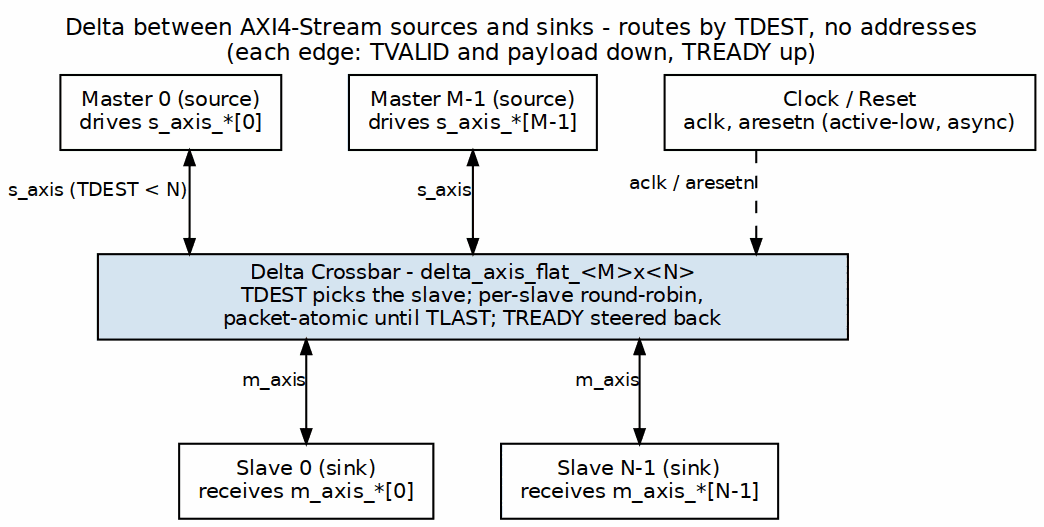
Before: projects/components/fabric-gen-ip/delta/docs/delta_has/assets/graphviz/delta_system_context.png, a diagram exported from Graphviz (sean-galloway/RTLDesignSherpa). Its source is kept beside it as projects/components/fabric-gen-ip/delta/docs/delta_has/assets/graphviz/delta_system_context.dot. The source it was exported from:
```dot
digraph delta_system_context {
    graph [rankdir=TB, bgcolor="white", fontname="Helvetica", fontsize=11,
           nodesep="0.45", ranksep="0.70", splines=ortho, labelloc=t,
           label="Delta between AXI4-Stream sources and sinks - routes by TDEST, no addresses\n(each edge: TVALID and payload down, TREADY up)"];
    node  [fontname="Helvetica", fontsize=10, shape=box, style=filled,
           fillcolor="#D6E4F0", color="black", margin="0.12,0.06"];
    edge  [fontname="Helvetica", fontsize=9, color="black", arrowsize=0.7, dir=both];

    m0  [label="Master 0 (source)\ndrives s_axis_*[0]", fillcolor="white"];
    mn  [label="Master M-1 (source)\ndrives s_axis_*[M-1]", fillcolor="white"];
    clk [label="Clock / Reset\naclk, aresetn (active-low, async)", fillcolor="white"];
    { rank=same; m0; mn; clk; }
    m0 -> mn -> clk [style=invis, dir=none];

    d [label="Delta Crossbar - delta_axis_flat_<M>x<N>\nTDEST picks the slave; per-slave round-robin,\npacket-atomic until TLAST; TREADY steered back", width=5];

    s0 [label="Slave 0 (sink)\nreceives m_axis_*[0]", fillcolor="white"];
    sn [label="Slave N-1 (sink)\nreceives m_axis_*[N-1]", fillcolor="white"];
    { rank=same; s0; sn; }
    s0 -> sn [style=invis, dir=none];

    m0 -> d [xlabel="s_axis (TDEST < N)"];
    mn -> d [xlabel="s_axis"];
    clk -> d [style=dashed, dir=forward, xlabel="aclk / aresetn"];
    d -> s0 [xlabel="m_axis"];
    d -> sn [xlabel="m_axis"];
}
```
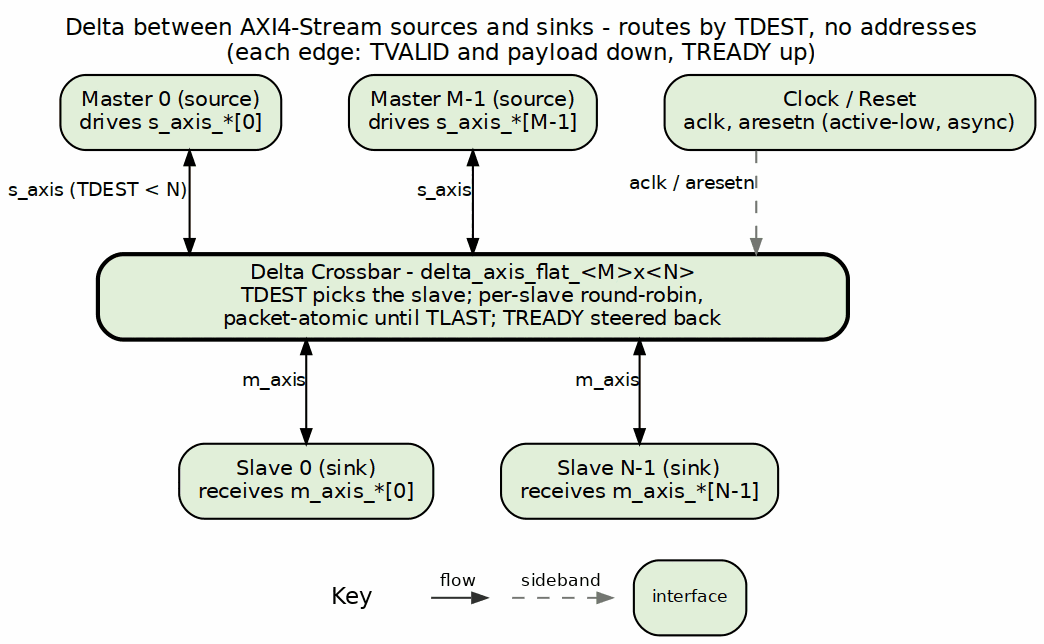
The same file after the commit.

The edit, as a diff of the source:
```diff
@@ -3,25 +3,25 @@
            nodesep="0.45", ranksep="0.70", splines=ortho, labelloc=t,
            label="Delta between AXI4-Stream sources and sinks - routes by TDEST, no addresses\n(each edge: TVALID and payload down, TREADY up)"];
     node  [fontname="Helvetica", fontsize=10, shape=box, style=filled,
-           fillcolor="#D6E4F0", color="black", margin="0.12,0.06"];
+           fillcolor="white", color="black", margin="0.12,0.06"];
     edge  [fontname="Helvetica", fontsize=9, color="black", arrowsize=0.7, dir=both];
 
-    m0  [label="Master 0 (source)\ndrives s_axis_*[0]", fillcolor="white"];
-    mn  [label="Master M-1 (source)\ndrives s_axis_*[M-1]", fillcolor="white"];
-    clk [label="Clock / Reset\naclk, aresetn (active-low, async)", fillcolor="white"];
+    m0  [label="Master 0 (source)\ndrives s_axis_*[0]", fillcolor="white", style="rounded,filled", fillcolor="#E2EFDA"];
+    mn  [label="Master M-1 (source)\ndrives s_axis_*[M-1]", fillcolor="white", style="rounded,filled", fillcolor="#E2EFDA"];
+    clk [label="Clock / Reset\naclk, aresetn (active-low, async)", fillcolor="white", style="rounded,filled", fillcolor="#E2EFDA"];
     { rank=same; m0; mn; clk; }
     m0 -> mn -> clk [style=invis, dir=none];
 
-    d [label="Delta Crossbar - delta_axis_flat_<M>x<N>\nTDEST picks the slave; per-slave round-robin,\npacket-atomic until TLAST; TREADY steered back", width=5];
+    d [label="Delta Crossbar - delta_axis_flat_<M>x<N>\nTDEST picks the slave; per-slave round-robin,\npacket-atomic until TLAST; TREADY steered back", width=5, style="rounded,filled,bold", fillcolor="#E2EFDA"];
 
-    s0 [label="Slave 0 (sink)\nreceives m_axis_*[0]", fillcolor="white"];
-    sn [label="Slave N-1 (sink)\nreceives m_axis_*[N-1]", fillcolor="white"];
+    s0 [label="Slave 0 (sink)\nreceives m_axis_*[0]", fillcolor="white", style="rounded,filled", fillcolor="#E2EFDA"];
+    sn [label="Slave N-1 (sink)\nreceives m_axis_*[N-1]", fillcolor="white", style="rounded,filled", fillcolor="#E2EFDA"];
     { rank=same; s0; sn; }
     s0 -> sn [style=invis, dir=none];
 
     m0 -> d [xlabel="s_axis (TDEST < N)"];
     mn -> d [xlabel="s_axis"];
-    clk -> d [style=dashed, dir=forward, xlabel="aclk / aresetn"];
+    clk -> d [style=dashed, color="#777777", dir=forward, xlabel="aclk / aresetn"];
     d -> s0 [xlabel="m_axis"];
     d -> sn [xlabel="m_axis"];
 }
```
